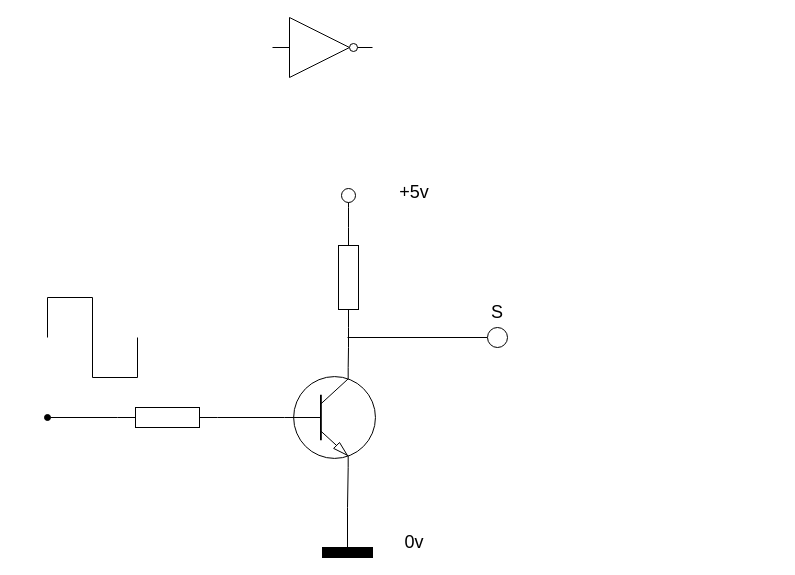
Above: portas-logicas.drawio in nobertomaciel/MATAC-Unifacs (draw.io), before the change. Source tidied: cells renumbered, new cells numbered last; positions are measured from the earlier drawing's top-left corner, leaving out a move shared by most shapes. Both pictures are drawn from the tidied source at 100%, with x=0, y=0 at pixel (47, 17).
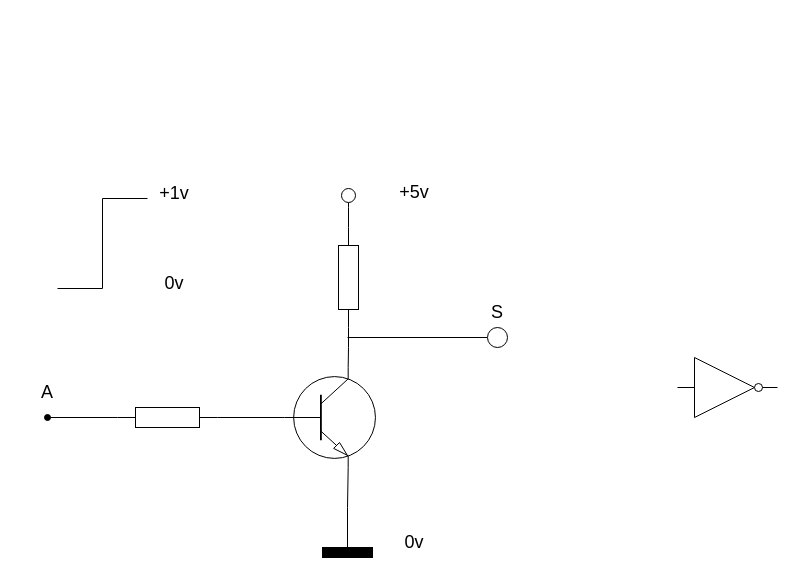
After the change.

What changed in the source:
```diff
@@
     <mxCell id="3" style="verticalLabelPosition=bottom;shadow=0;dashed=0;align=center;html=1;verticalAlign=top;shape=mxgraph.electrical.logic_gates.inverter_2;" parent="1" vertex="1">
-      <mxGeometry x="225" width="100" height="60" as="geometry" />
+      <mxGeometry x="630" y="340" width="100" height="60" as="geometry" />
     </mxCell>
@@
-    <mxCell id="9" style="verticalLabelPosition=bottom;shadow=0;dashed=0;align=center;html=1;verticalAlign=top;shape=mxgraph.electrical.waveforms.square_wave;" parent="1" vertex="1">
-      <mxGeometry y="280" width="90" height="80" as="geometry" />
-    </mxCell>
@@
+    <mxCell id="18" style="verticalLabelPosition=bottom;shadow=0;dashed=0;align=center;html=1;verticalAlign=top;shape=mxgraph.electrical.waveforms.step_1;" parent="1" vertex="1">
+      <mxGeometry x="10" y="181" width="90" height="90" as="geometry" />
+    </mxCell>
+    <mxCell id="19" value="+1v" style="text;html=1;whiteSpace=wrap;strokeColor=none;fillColor=none;align=center;verticalAlign=middle;rounded=0;fontSize=18;" parent="1" vertex="1">
+      <mxGeometry x="84" y="161" width="86" height="30" as="geometry" />
+    </mxCell>
+    <mxCell id="20" value="0v" style="text;html=1;whiteSpace=wrap;strokeColor=none;fillColor=none;align=center;verticalAlign=middle;rounded=0;fontSize=18;" parent="1" vertex="1">
+      <mxGeometry x="84" y="251" width="86" height="30" as="geometry" />
+    </mxCell>
+    <mxCell id="21" value="A" style="text;html=1;whiteSpace=wrap;strokeColor=none;fillColor=none;align=center;verticalAlign=middle;rounded=0;fontSize=18;" parent="1" vertex="1">
+      <mxGeometry x="-30" y="360" width="60" height="30" as="geometry" />
+    </mxCell>
```
